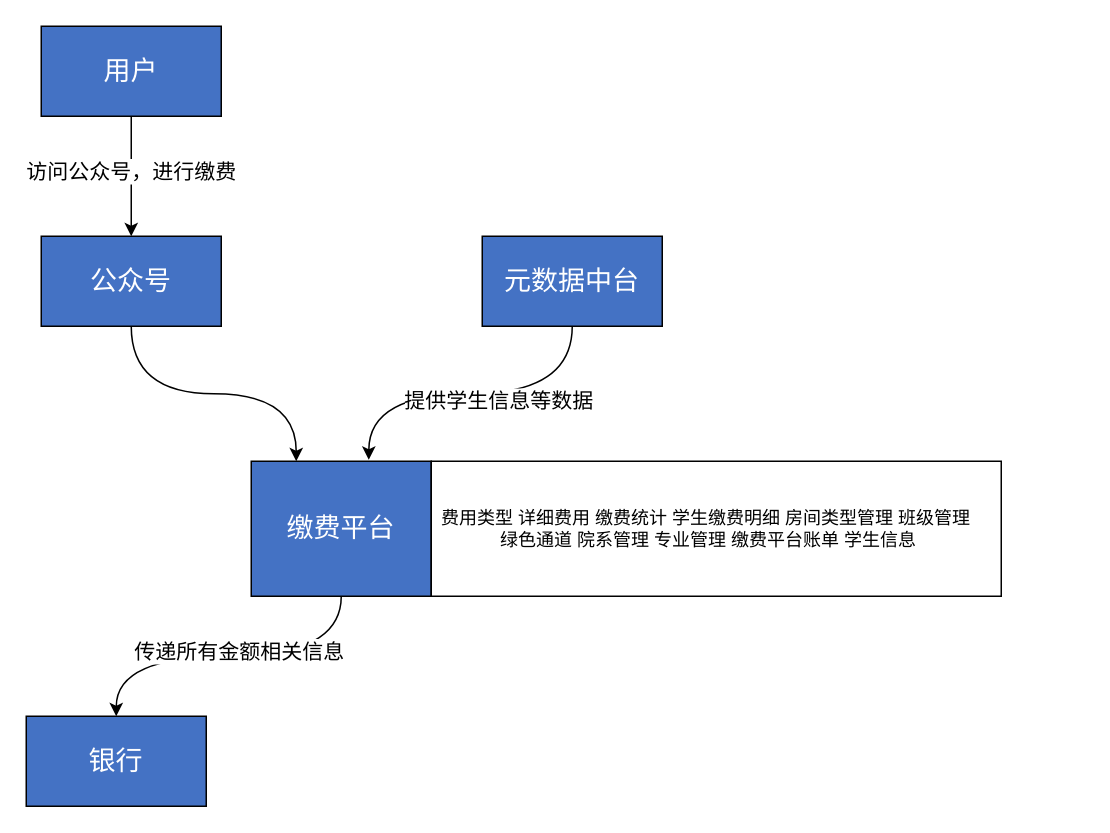
Before: 未命名绘图.drawio in bzerozero7/test, a draw.io diagram. Source tidied: cells renumbered, new cells numbered last; positions are measured from the earlier drawing's top-left corner, leaving out a move shared by most shapes. Both pictures are drawn from the tidied source at 150%, with x=0, y=0 at pixel (26, 26).
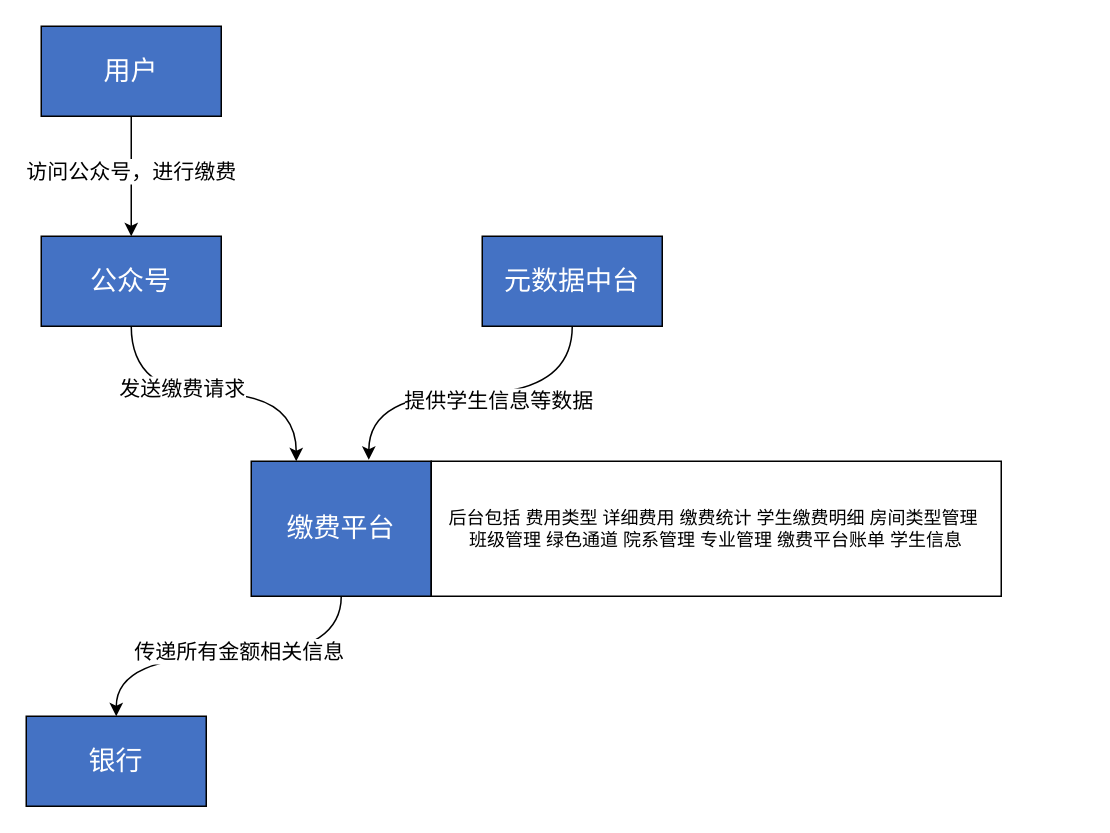
Above is the later version.

Commit message:
更新未命名绘图.drawio

What changed in the source:
```diff
@@
 <mxGraphModel>
   <root>
     <mxCell id="0" />
     <mxCell id="1" parent="0" />
     <mxCell id="2" style="edgeStyle=orthogonalEdgeStyle;rounded=0;jettySize=auto;html=1;exitX=0.5;exitY=1;exitDx=0;exitDy=0;entryX=0.5;entryY=0;entryDx=0;entryDy=0;" parent="1" edge="1" source="4" target="6">
       <mxGeometry relative="1" as="geometry" />
     </mxCell>
     <mxCell id="3" value="&lt;font style=&quot;font-size: 14px;&quot;&gt;访问公众号，进行缴费&lt;/font&gt;" style="edgeLabel;html=1;align=center;verticalAlign=middle;" parent="2" vertex="1">
       <mxGeometry x="-0.11" y="-1" relative="1" as="geometry" />
     </mxCell>
     <mxCell id="4" value="&lt;font style=&quot;font-size: 18px; color: rgb(255, 255, 255);&quot;&gt;用户&lt;/font&gt;" style="rounded=0;whiteSpace=wrap;html=1;fillColor=#4472C4;" parent="1" vertex="1">
       <mxGeometry x="10" width="120" height="60" as="geometry" />
     </mxCell>
     <mxCell id="5" style="edgeStyle=orthogonalEdgeStyle;rounded=0;jettySize=auto;html=1;exitX=0.5;exitY=1;exitDx=0;exitDy=0;entryX=0.25;entryY=0;entryDx=0;entryDy=0;curved=1;" parent="1" edge="1" source="6" target="10">
       <mxGeometry relative="1" as="geometry" />
     </mxCell>
+    <mxCell id="16" value="&lt;font style=&quot;font-size: 14px;&quot;&gt;发送缴费请求&lt;/font&gt;" style="edgeLabel;html=1;align=center;verticalAlign=middle;" parent="5" vertex="1">
+      <mxGeometry x="-0.22" y="4" relative="1" as="geometry" />
+    </mxCell>
     <mxCell id="6" value="&lt;font color=&quot;#ffffff&quot;&gt;&lt;span style=&quot;font-size: 18px;&quot;&gt;公众号&lt;/span&gt;&lt;/font&gt;" style="rounded=0;whiteSpace=wrap;html=1;fillColor=#4472C4;" parent="1" vertex="1">
       <mxGeometry x="10" y="140" width="120" height="60" as="geometry" />
     </mxCell>
     <mxCell id="7" value="&lt;font color=&quot;#ffffff&quot;&gt;&lt;span style=&quot;font-size: 18px;&quot;&gt;元数据中台&lt;/span&gt;&lt;/font&gt;" style="rounded=0;whiteSpace=wrap;html=1;fillColor=#4472C4;" parent="1" vertex="1">
       <mxGeometry x="304" y="140" width="120" height="60" as="geometry" />
     </mxCell>
     <mxCell id="8" style="edgeStyle=orthogonalEdgeStyle;rounded=0;jettySize=auto;html=1;exitX=0.5;exitY=1;exitDx=0;exitDy=0;entryX=0.5;entryY=0;entryDx=0;entryDy=0;curved=1;" parent="1" edge="1" source="10" target="11">
       <mxGeometry relative="1" as="geometry" />
     </mxCell>
     <mxCell id="9" value="&lt;font style=&quot;font-size: 14px;&quot;&gt;传递所有金额相关信息&lt;/font&gt;" style="edgeLabel;html=1;align=center;verticalAlign=middle;" parent="8" vertex="1">
       <mxGeometry x="-0.05" y="-4" relative="1" as="geometry" />
     </mxCell>
     <mxCell id="10" value="&lt;font color=&quot;#ffffff&quot;&gt;&lt;span style=&quot;font-size: 18px;&quot;&gt;缴费平台&lt;/span&gt;&lt;/font&gt;" style="rounded=0;whiteSpace=wrap;html=1;fillColor=#4472C4;" parent="1" vertex="1">
       <mxGeometry x="150" y="290" width="120" height="90" as="geometry" />
     </mxCell>
     <mxCell id="11" value="&lt;font color=&quot;#ffffff&quot;&gt;&lt;span style=&quot;font-size: 18px;&quot;&gt;银行&lt;/span&gt;&lt;/font&gt;" style="rounded=0;whiteSpace=wrap;html=1;fillColor=#4472C4;" parent="1" vertex="1">
       <mxGeometry y="460" width="120" height="60" as="geometry" />
     </mxCell>
     <mxCell id="12" style="edgeStyle=orthogonalEdgeStyle;rounded=0;jettySize=auto;html=1;exitX=0.5;exitY=1;exitDx=0;exitDy=0;entryX=0.653;entryY=-0.011;entryDx=0;entryDy=0;entryPerimeter=0;curved=1;" parent="1" edge="1" source="7" target="10">
       <mxGeometry relative="1" as="geometry" />
     </mxCell>
     <mxCell id="13" value="&lt;font style=&quot;font-size: 14px;&quot;&gt;提供学生信息等数据&lt;/font&gt;" style="edgeLabel;html=1;align=center;verticalAlign=middle;" parent="12" vertex="1">
       <mxGeometry x="-0.15" y="4" relative="1" as="geometry" />
     </mxCell>
     <mxCell id="14" style="rounded=0;whiteSpace=wrap;html=1;" parent="1" vertex="1">
       <mxGeometry x="270" y="290" width="380" height="90" as="geometry" />
     </mxCell>
-    <mxCell id="15" value="&lt;div&gt;费用类型&amp;nbsp;&lt;span style=&quot;background-color: transparent; color: light-dark(rgb(0, 0, 0), rgb(255, 255, 255));&quot;&gt;详细费用&amp;nbsp;&lt;/span&gt;&lt;span style=&quot;background-color: transparent; color: light-dark(rgb(0, 0, 0), rgb(255, 255, 255));&quot;&gt;缴费统计&amp;nbsp;&lt;/span&gt;&lt;span style=&quot;background-color: transparent; color: light-dark(rgb(0, 0, 0), rgb(255, 255, 255));&quot;&gt;学生缴费明细&amp;nbsp;&lt;/span&gt;&lt;span style=&quot;background-color: transparent; color: light-dark(rgb(0, 0, 0), rgb(255, 255, 255));&quot;&gt;房间类型管理&amp;nbsp;&lt;/span&gt;&lt;span style=&quot;background-color: transparent; color: light-dark(rgb(0, 0, 0), rgb(255, 255, 255));&quot;&gt;班级管理&amp;nbsp;&lt;/span&gt;&lt;/div&gt;&lt;div&gt;&lt;span style=&quot;background-color: transparent; color: light-dark(rgb(0, 0, 0), rgb(255, 255, 255));&quot;&gt;绿色通道&amp;nbsp;&lt;/span&gt;&lt;span style=&quot;background-color: transparent; color: light-dark(rgb(0, 0, 0), rgb(255, 255, 255));&quot;&gt;院系管理&amp;nbsp;&lt;/span&gt;&lt;span style=&quot;background-color: transparent; color: light-dark(rgb(0, 0, 0), rgb(255, 255, 255));&quot;&gt;专业管理&amp;nbsp;&lt;/span&gt;&lt;span style=&quot;background-color: transparent; color: light-dark(rgb(0, 0, 0), rgb(255, 255, 255));&quot;&gt;缴费平台账单&amp;nbsp;&lt;/span&gt;&lt;span style=&quot;background-color: transparent; color: light-dark(rgb(0, 0, 0), rgb(255, 255, 255));&quot;&gt;学生信息&lt;/span&gt;&lt;/div&gt;" style="text;html=1;align=center;verticalAlign=middle;whiteSpace=wrap;rounded=0;" parent="1" vertex="1">
-      <mxGeometry x="210" y="250" width="490" height="170" as="geometry" />
+    <mxCell id="15" value="&lt;div&gt;后台包括&amp;nbsp;&lt;span style=&quot;background-color: transparent; color: light-dark(rgb(0, 0, 0), rgb(255, 255, 255));&quot;&gt;费用类型&amp;nbsp;&lt;/span&gt;&lt;span style=&quot;background-color: transparent; color: light-dark(rgb(0, 0, 0), rgb(255, 255, 255));&quot;&gt;详细费用&amp;nbsp;&lt;/span&gt;&lt;span style=&quot;background-color: transparent; color: light-dark(rgb(0, 0, 0), rgb(255, 255, 255));&quot;&gt;缴费统计&amp;nbsp;&lt;/span&gt;&lt;span style=&quot;background-color: transparent; color: light-dark(rgb(0, 0, 0), rgb(255, 255, 255));&quot;&gt;学生缴费明细&amp;nbsp;&lt;/span&gt;&lt;span style=&quot;background-color: transparent; color: light-dark(rgb(0, 0, 0), rgb(255, 255, 255));&quot;&gt;房间类型管理&amp;nbsp;&lt;/span&gt;&lt;/div&gt;&lt;div&gt;&lt;span style=&quot;background-color: transparent; color: light-dark(rgb(0, 0, 0), rgb(255, 255, 255));&quot;&gt;班级管理&amp;nbsp;&lt;/span&gt;&lt;span style=&quot;background-color: transparent; color: light-dark(rgb(0, 0, 0), rgb(255, 255, 255));&quot;&gt;绿色通道&amp;nbsp;&lt;/span&gt;&lt;span style=&quot;background-color: transparent; color: light-dark(rgb(0, 0, 0), rgb(255, 255, 255));&quot;&gt;院系管理&amp;nbsp;&lt;/span&gt;&lt;span style=&quot;background-color: transparent; color: light-dark(rgb(0, 0, 0), rgb(255, 255, 255));&quot;&gt;专业管理&amp;nbsp;&lt;/span&gt;&lt;span style=&quot;background-color: transparent; color: light-dark(rgb(0, 0, 0), rgb(255, 255, 255));&quot;&gt;缴费平台账单&amp;nbsp;&lt;/span&gt;&lt;span style=&quot;background-color: transparent; color: light-dark(rgb(0, 0, 0), rgb(255, 255, 255));&quot;&gt;学生信息&lt;/span&gt;&lt;/div&gt;" style="text;html=1;align=center;verticalAlign=middle;whiteSpace=wrap;rounded=0;" parent="1" vertex="1">
+      <mxGeometry x="215" y="260" width="490" height="150" as="geometry" />
     </mxCell>
   </root>
 </mxGraphModel>
```
